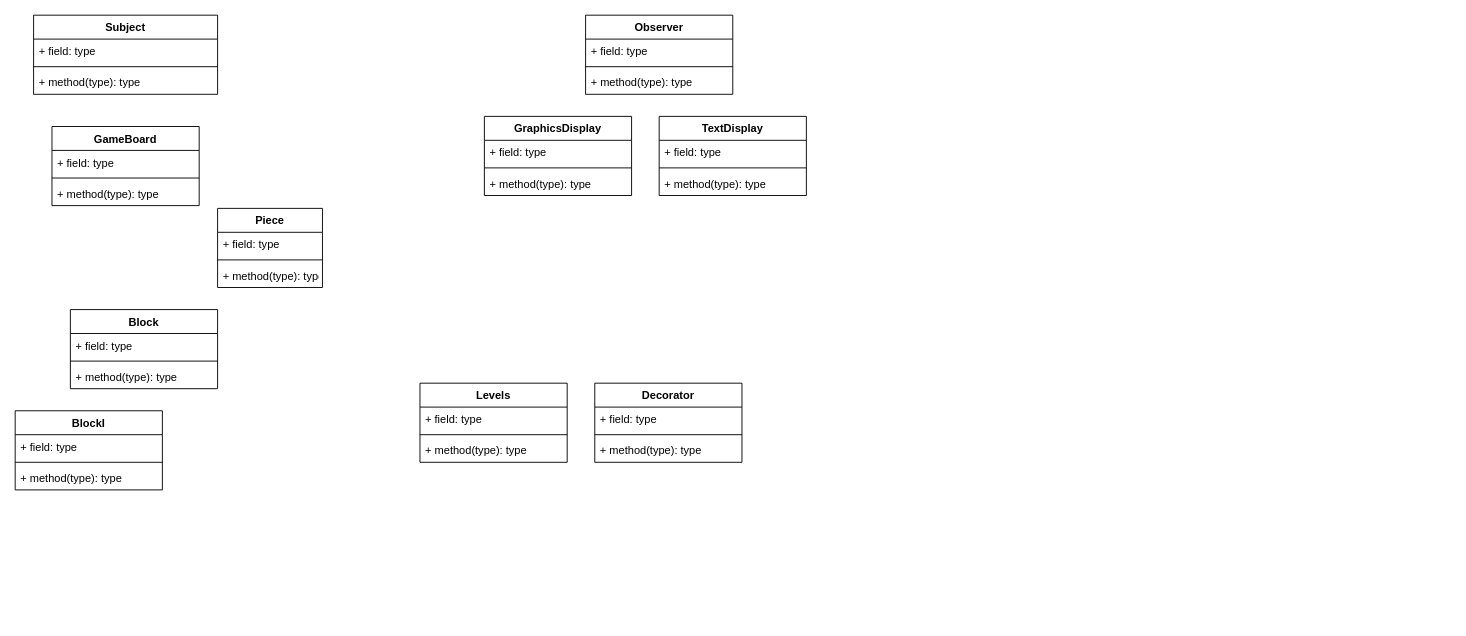
This is UML.drawio from velomafinsights/biquadris, a draw.io file, before an edit. Source tidied: cells renumbered, new cells numbered last; positions are measured from the earlier drawing's top-left corner, leaving out a move shared by most shapes. Both pictures are drawn from the tidied source at 92%, with x=0, y=0 at pixel (15, 15).
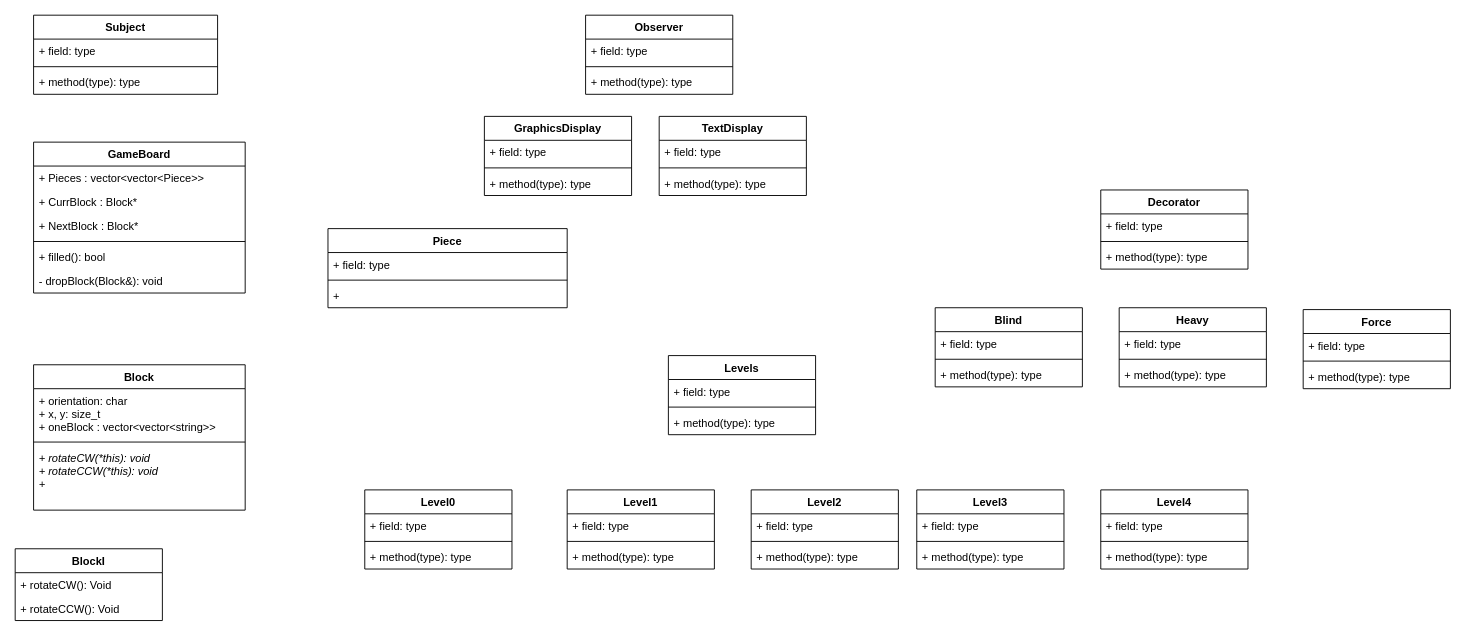
The same page after the edit.

What changed in the source:
```diff
@@
     <mxCell id="18" value="GameBoard" style="swimlane;fontStyle=1;align=center;verticalAlign=top;horizontal=1;startSize=26;" parent="1" vertex="1">
-      <mxGeometry x="40" y="121" width="160" height="86" as="geometry" />
+      <mxGeometry x="20" y="138" width="230" height="164" as="geometry" />
     </mxCell>
-    <mxCell id="19" value="+ field: type" style="text;strokeColor=none;fillColor=none;align=left;verticalAlign=top;spacingLeft=4;spacingRight=4;overflow=hidden;" parent="18" vertex="1">
-      <mxGeometry y="26" width="160" height="26" as="geometry" />
+    <mxCell id="19" value="+ Pieces : vector&lt;vector&lt;Piece&gt;&gt;" style="text;strokeColor=none;fillColor=none;align=left;verticalAlign=top;spacingLeft=4;spacingRight=4;overflow=hidden;" parent="18" vertex="1">
+      <mxGeometry y="26" width="230" height="26" as="geometry" />
     </mxCell>
+    <mxCell id="42" value="+ CurrBlock : Block*" style="text;strokeColor=none;fillColor=none;align=left;verticalAlign=top;spacingLeft=4;spacingRight=4;overflow=hidden;" parent="18" vertex="1">
+      <mxGeometry y="52" width="230" height="26" as="geometry" />
+    </mxCell>
+    <mxCell id="43" value="+ NextBlock : Block*" style="text;strokeColor=none;fillColor=none;align=left;verticalAlign=top;spacingLeft=4;spacingRight=4;overflow=hidden;" parent="18" vertex="1">
+      <mxGeometry y="78" width="230" height="26" as="geometry" />
+    </mxCell>
     <mxCell id="20" style="line;strokeWidth=1;fillColor=none;align=left;verticalAlign=middle;spacingTop=-1;spacingLeft=3;spacingRight=3;labelPosition=right;strokeColor=inherit;" parent="18" vertex="1">
-      <mxGeometry y="52" width="160" height="8" as="geometry" />
+      <mxGeometry y="104" width="230" height="8" as="geometry" />
     </mxCell>
-    <mxCell id="21" value="+ method(type): type" style="text;strokeColor=none;fillColor=none;align=left;verticalAlign=top;spacingLeft=4;spacingRight=4;overflow=hidden;" parent="18" vertex="1">
-      <mxGeometry y="60" width="160" height="26" as="geometry" />
+    <mxCell id="21" value="+ filled(): bool" style="text;strokeColor=none;fillColor=none;align=left;verticalAlign=top;spacingLeft=4;spacingRight=4;overflow=hidden;" parent="18" vertex="1">
+      <mxGeometry y="112" width="230" height="26" as="geometry" />
     </mxCell>
+    <mxCell id="44" value="- dropBlock(Block&amp;): void" style="text;strokeColor=none;fillColor=none;align=left;verticalAlign=top;spacingLeft=4;spacingRight=4;overflow=hidden;" parent="18" vertex="1">
+      <mxGeometry y="138" width="230" height="26" as="geometry" />
+    </mxCell>
     <mxCell id="22" value="Block" style="swimlane;fontStyle=1;align=center;verticalAlign=top;horizontal=1;startSize=26;" parent="1" vertex="1">
-      <mxGeometry x="60" y="320" width="160" height="86" as="geometry" />
+      <mxGeometry x="20" y="380" width="230" height="158" as="geometry" />
     </mxCell>
-    <mxCell id="23" value="+ field: type" style="text;strokeColor=none;fillColor=none;align=left;verticalAlign=top;spacingLeft=4;spacingRight=4;overflow=hidden;" parent="22" vertex="1">
-      <mxGeometry y="26" width="160" height="26" as="geometry" />
+    <mxCell id="23" value="+ orientation: char&#10;+ x, y: size_t&#10;+ oneBlock : vector&lt;vector&lt;string&gt;&gt;" style="text;strokeColor=none;fillColor=none;align=left;verticalAlign=top;spacingLeft=4;spacingRight=4;overflow=hidden;" parent="22" vertex="1">
+      <mxGeometry y="26" width="230" height="54" as="geometry" />
     </mxCell>
     <mxCell id="24" style="line;strokeWidth=1;fillColor=none;align=left;verticalAlign=middle;spacingTop=-1;spacingLeft=3;spacingRight=3;labelPosition=right;strokeColor=inherit;" parent="22" vertex="1">
-      <mxGeometry y="52" width="160" height="8" as="geometry" />
+      <mxGeometry y="80" width="230" height="8" as="geometry" />
     </mxCell>
-    <mxCell id="25" value="+ method(type): type" style="text;strokeColor=none;fillColor=none;align=left;verticalAlign=top;spacingLeft=4;spacingRight=4;overflow=hidden;" parent="22" vertex="1">
-      <mxGeometry y="60" width="160" height="26" as="geometry" />
+    <mxCell id="25" value="+ rotateCW(*this): void&#10;+ rotateCCW(*this): void&#10;+ " style="text;strokeColor=none;fillColor=none;align=left;verticalAlign=top;spacingLeft=4;spacingRight=4;overflow=hidden;fontStyle=2;" parent="22" vertex="1">
+      <mxGeometry y="88" width="230" height="70" as="geometry" />
     </mxCell>
     <mxCell id="26" value="BlockI" style="swimlane;fontStyle=1;align=center;verticalAlign=top;horizontal=1;startSize=26;" parent="1" vertex="1">
-      <mxGeometry y="430" width="160" height="86" as="geometry" />
+      <mxGeometry y="580" width="160" height="78" as="geometry" />
     </mxCell>
-    <mxCell id="27" value="+ field: type" style="text;strokeColor=none;fillColor=none;align=left;verticalAlign=top;spacingLeft=4;spacingRight=4;overflow=hidden;" parent="26" vertex="1">
-      <mxGeometry y="26" width="160" height="26" as="geometry" />
-    </mxCell>
-    <mxCell id="28" style="line;strokeWidth=1;fillColor=none;align=left;verticalAlign=middle;spacingTop=-1;spacingLeft=3;spacingRight=3;labelPosition=right;strokeColor=inherit;" parent="26" vertex="1">
-      <mxGeometry y="52" width="160" height="8" as="geometry" />
-    </mxCell>
-    <mxCell id="29" value="+ method(type): type" style="text;strokeColor=none;fillColor=none;align=left;verticalAlign=top;spacingLeft=4;spacingRight=4;overflow=hidden;" parent="26" vertex="1">
-      <mxGeometry y="60" width="160" height="26" as="geometry" />
+    <mxCell id="29" value="+ rotateCW(): Void" style="text;strokeColor=none;fillColor=none;align=left;verticalAlign=top;spacingLeft=4;spacingRight=4;overflow=hidden;" parent="26" vertex="1">
+      <mxGeometry y="26" width="160" height="26" as="geometry" />
     </mxCell>
+    <mxCell id="45" value="+ rotateCCW(): Void" style="text;strokeColor=none;fillColor=none;align=left;verticalAlign=top;spacingLeft=4;spacingRight=4;overflow=hidden;" parent="26" vertex="1">
+      <mxGeometry y="52" width="160" height="26" as="geometry" />
+    </mxCell>
     <mxCell id="30" value="Levels" style="swimlane;fontStyle=1;align=center;verticalAlign=top;horizontal=1;startSize=26;" parent="1" vertex="1">
-      <mxGeometry x="440" y="400" width="160" height="86" as="geometry" />
+      <mxGeometry x="710" y="370" width="160" height="86" as="geometry" />
     </mxCell>
@@
     <mxCell id="34" value="Decorator&#10;" style="swimlane;fontStyle=1;align=center;verticalAlign=top;horizontal=1;startSize=26;" parent="1" vertex="1">
-      <mxGeometry x="630" y="400" width="160" height="86" as="geometry" />
+      <mxGeometry x="1180" y="190" width="160" height="86" as="geometry" />
     </mxCell>
@@
     <mxCell id="38" value="Piece" style="swimlane;fontStyle=1;align=center;verticalAlign=top;horizontal=1;startSize=26;" parent="1" vertex="1">
-      <mxGeometry x="220" y="210" width="114" height="86" as="geometry" />
+      <mxGeometry x="340" y="232" width="260" height="86" as="geometry" />
     </mxCell>
     <mxCell id="39" value="+ field: type" style="text;strokeColor=none;fillColor=none;align=left;verticalAlign=top;spacingLeft=4;spacingRight=4;overflow=hidden;" parent="38" vertex="1">
-      <mxGeometry y="26" width="114" height="26" as="geometry" />
+      <mxGeometry y="26" width="260" height="26" as="geometry" />
     </mxCell>
     <mxCell id="40" style="line;strokeWidth=1;fillColor=none;align=left;verticalAlign=middle;spacingTop=-1;spacingLeft=3;spacingRight=3;labelPosition=right;strokeColor=inherit;" parent="38" vertex="1">
-      <mxGeometry y="52" width="114" height="8" as="geometry" />
+      <mxGeometry y="52" width="260" height="8" as="geometry" />
     </mxCell>
-    <mxCell id="41" value="+ method(type): type" style="text;strokeColor=none;fillColor=none;align=left;verticalAlign=top;spacingLeft=4;spacingRight=4;overflow=hidden;" parent="38" vertex="1">
-      <mxGeometry y="60" width="114" height="26" as="geometry" />
+    <mxCell id="41" value="+ " style="text;strokeColor=none;fillColor=none;align=left;verticalAlign=top;spacingLeft=4;spacingRight=4;overflow=hidden;" parent="38" vertex="1">
+      <mxGeometry y="60" width="260" height="26" as="geometry" />
     </mxCell>
+    <mxCell id="46" value="Level0" style="swimlane;fontStyle=1;align=center;verticalAlign=top;horizontal=1;startSize=26;" parent="1" vertex="1">
+      <mxGeometry x="380" y="516" width="160" height="86" as="geometry" />
+    </mxCell>
+    <mxCell id="47" value="+ field: type" style="text;strokeColor=none;fillColor=none;align=left;verticalAlign=top;spacingLeft=4;spacingRight=4;overflow=hidden;" parent="46" vertex="1">
+      <mxGeometry y="26" width="160" height="26" as="geometry" />
+    </mxCell>
+    <mxCell id="48" style="line;strokeWidth=1;fillColor=none;align=left;verticalAlign=middle;spacingTop=-1;spacingLeft=3;spacingRight=3;labelPosition=right;strokeColor=inherit;" parent="46" vertex="1">
+      <mxGeometry y="52" width="160" height="8" as="geometry" />
+    </mxCell>
+    <mxCell id="49" value="+ method(type): type" style="text;strokeColor=none;fillColor=none;align=left;verticalAlign=top;spacingLeft=4;spacingRight=4;overflow=hidden;" parent="46" vertex="1">
+      <mxGeometry y="60" width="160" height="26" as="geometry" />
+    </mxCell>
+    <mxCell id="50" value="Level1" style="swimlane;fontStyle=1;align=center;verticalAlign=top;horizontal=1;startSize=26;" parent="1" vertex="1">
+      <mxGeometry x="600" y="516" width="160" height="86" as="geometry" />
+    </mxCell>
+    <mxCell id="51" value="+ field: type" style="text;strokeColor=none;fillColor=none;align=left;verticalAlign=top;spacingLeft=4;spacingRight=4;overflow=hidden;" parent="50" vertex="1">
+      <mxGeometry y="26" width="160" height="26" as="geometry" />
+    </mxCell>
+    <mxCell id="52" style="line;strokeWidth=1;fillColor=none;align=left;verticalAlign=middle;spacingTop=-1;spacingLeft=3;spacingRight=3;labelPosition=right;strokeColor=inherit;" parent="50" vertex="1">
+      <mxGeometry y="52" width="160" height="8" as="geometry" />
+    </mxCell>
+    <mxCell id="53" value="+ method(type): type" style="text;strokeColor=none;fillColor=none;align=left;verticalAlign=top;spacingLeft=4;spacingRight=4;overflow=hidden;" parent="50" vertex="1">
+      <mxGeometry y="60" width="160" height="26" as="geometry" />
+    </mxCell>
+    <mxCell id="54" value="Level2" style="swimlane;fontStyle=1;align=center;verticalAlign=top;horizontal=1;startSize=26;" parent="1" vertex="1">
+      <mxGeometry x="800" y="516" width="160" height="86" as="geometry" />
+    </mxCell>
+    <mxCell id="55" value="+ field: type" style="text;strokeColor=none;fillColor=none;align=left;verticalAlign=top;spacingLeft=4;spacingRight=4;overflow=hidden;" parent="54" vertex="1">
+      <mxGeometry y="26" width="160" height="26" as="geometry" />
+    </mxCell>
+    <mxCell id="56" style="line;strokeWidth=1;fillColor=none;align=left;verticalAlign=middle;spacingTop=-1;spacingLeft=3;spacingRight=3;labelPosition=right;strokeColor=inherit;" parent="54" vertex="1">
+      <mxGeometry y="52" width="160" height="8" as="geometry" />
+    </mxCell>
+    <mxCell id="57" value="+ method(type): type" style="text;strokeColor=none;fillColor=none;align=left;verticalAlign=top;spacingLeft=4;spacingRight=4;overflow=hidden;" parent="54" vertex="1">
+      <mxGeometry y="60" width="160" height="26" as="geometry" />
+    </mxCell>
+    <mxCell id="58" value="Level3&#10;" style="swimlane;fontStyle=1;align=center;verticalAlign=top;horizontal=1;startSize=26;" parent="1" vertex="1">
+      <mxGeometry x="980" y="516" width="160" height="86" as="geometry" />
+    </mxCell>
+    <mxCell id="59" value="+ field: type" style="text;strokeColor=none;fillColor=none;align=left;verticalAlign=top;spacingLeft=4;spacingRight=4;overflow=hidden;" parent="58" vertex="1">
+      <mxGeometry y="26" width="160" height="26" as="geometry" />
+    </mxCell>
+    <mxCell id="60" style="line;strokeWidth=1;fillColor=none;align=left;verticalAlign=middle;spacingTop=-1;spacingLeft=3;spacingRight=3;labelPosition=right;strokeColor=inherit;" parent="58" vertex="1">
+      <mxGeometry y="52" width="160" height="8" as="geometry" />
+    </mxCell>
+    <mxCell id="61" value="+ method(type): type" style="text;strokeColor=none;fillColor=none;align=left;verticalAlign=top;spacingLeft=4;spacingRight=4;overflow=hidden;" parent="58" vertex="1">
+      <mxGeometry y="60" width="160" height="26" as="geometry" />
+    </mxCell>
+    <mxCell id="62" value="Level4&#10;" style="swimlane;fontStyle=1;align=center;verticalAlign=top;horizontal=1;startSize=26;" parent="1" vertex="1">
+      <mxGeometry x="1180" y="516" width="160" height="86" as="geometry" />
+    </mxCell>
+    <mxCell id="63" value="+ field: type" style="text;strokeColor=none;fillColor=none;align=left;verticalAlign=top;spacingLeft=4;spacingRight=4;overflow=hidden;" parent="62" vertex="1">
+      <mxGeometry y="26" width="160" height="26" as="geometry" />
+    </mxCell>
+    <mxCell id="64" style="line;strokeWidth=1;fillColor=none;align=left;verticalAlign=middle;spacingTop=-1;spacingLeft=3;spacingRight=3;labelPosition=right;strokeColor=inherit;" parent="62" vertex="1">
+      <mxGeometry y="52" width="160" height="8" as="geometry" />
+    </mxCell>
+    <mxCell id="65" value="+ method(type): type" style="text;strokeColor=none;fillColor=none;align=left;verticalAlign=top;spacingLeft=4;spacingRight=4;overflow=hidden;" parent="62" vertex="1">
+      <mxGeometry y="60" width="160" height="26" as="geometry" />
+    </mxCell>
+    <mxCell id="66" value="Blind" style="swimlane;fontStyle=1;align=center;verticalAlign=top;horizontal=1;startSize=26;" parent="1" vertex="1">
+      <mxGeometry x="1000" y="318" width="160" height="86" as="geometry" />
+    </mxCell>
+    <mxCell id="67" value="+ field: type" style="text;strokeColor=none;fillColor=none;align=left;verticalAlign=top;spacingLeft=4;spacingRight=4;overflow=hidden;" parent="66" vertex="1">
+      <mxGeometry y="26" width="160" height="26" as="geometry" />
+    </mxCell>
+    <mxCell id="68" style="line;strokeWidth=1;fillColor=none;align=left;verticalAlign=middle;spacingTop=-1;spacingLeft=3;spacingRight=3;labelPosition=right;strokeColor=inherit;" parent="66" vertex="1">
+      <mxGeometry y="52" width="160" height="8" as="geometry" />
+    </mxCell>
+    <mxCell id="69" value="+ method(type): type" style="text;strokeColor=none;fillColor=none;align=left;verticalAlign=top;spacingLeft=4;spacingRight=4;overflow=hidden;" parent="66" vertex="1">
+      <mxGeometry y="60" width="160" height="26" as="geometry" />
+    </mxCell>
+    <mxCell id="70" value="Force" style="swimlane;fontStyle=1;align=center;verticalAlign=top;horizontal=1;startSize=26;" parent="1" vertex="1">
+      <mxGeometry x="1400" y="320" width="160" height="86" as="geometry" />
+    </mxCell>
+    <mxCell id="71" value="+ field: type" style="text;strokeColor=none;fillColor=none;align=left;verticalAlign=top;spacingLeft=4;spacingRight=4;overflow=hidden;" parent="70" vertex="1">
+      <mxGeometry y="26" width="160" height="26" as="geometry" />
+    </mxCell>
+    <mxCell id="72" style="line;strokeWidth=1;fillColor=none;align=left;verticalAlign=middle;spacingTop=-1;spacingLeft=3;spacingRight=3;labelPosition=right;strokeColor=inherit;" parent="70" vertex="1">
+      <mxGeometry y="52" width="160" height="8" as="geometry" />
+    </mxCell>
+    <mxCell id="73" value="+ method(type): type" style="text;strokeColor=none;fillColor=none;align=left;verticalAlign=top;spacingLeft=4;spacingRight=4;overflow=hidden;" parent="70" vertex="1">
+      <mxGeometry y="60" width="160" height="26" as="geometry" />
+    </mxCell>
+    <mxCell id="74" value="Heavy" style="swimlane;fontStyle=1;align=center;verticalAlign=top;horizontal=1;startSize=26;" parent="1" vertex="1">
+      <mxGeometry x="1200" y="318" width="160" height="86" as="geometry" />
+    </mxCell>
+    <mxCell id="75" value="+ field: type" style="text;strokeColor=none;fillColor=none;align=left;verticalAlign=top;spacingLeft=4;spacingRight=4;overflow=hidden;" parent="74" vertex="1">
+      <mxGeometry y="26" width="160" height="26" as="geometry" />
+    </mxCell>
+    <mxCell id="76" style="line;strokeWidth=1;fillColor=none;align=left;verticalAlign=middle;spacingTop=-1;spacingLeft=3;spacingRight=3;labelPosition=right;strokeColor=inherit;" parent="74" vertex="1">
+      <mxGeometry y="52" width="160" height="8" as="geometry" />
+    </mxCell>
+    <mxCell id="77" value="+ method(type): type" style="text;strokeColor=none;fillColor=none;align=left;verticalAlign=top;spacingLeft=4;spacingRight=4;overflow=hidden;" parent="74" vertex="1">
+      <mxGeometry y="60" width="160" height="26" as="geometry" />
+    </mxCell>
```
